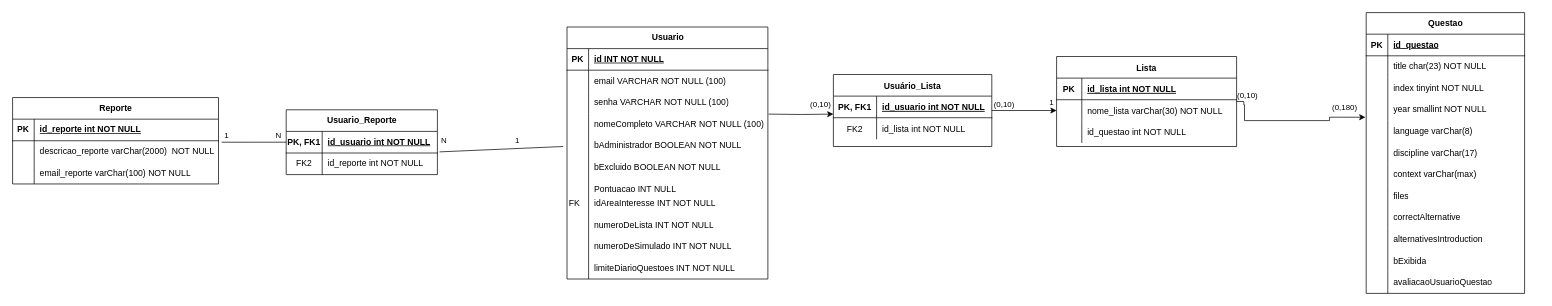
This is DIAGRAMA ER.drawio from augustorazani/QENEM-UML-Diagram, a draw.io file, before an edit. Source tidied: cells renumbered, new cells numbered last; positions are measured from the earlier drawing's top-left corner, leaving out a move shared by most shapes. Both pictures are drawn from the tidied source at 72%, with x=0, y=0 at pixel (12, 12).
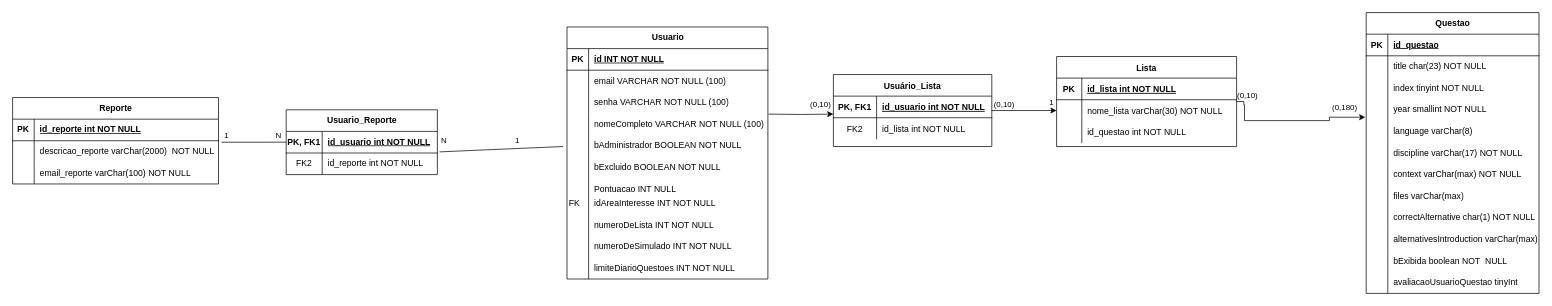
The same diagram, later.

What changed in the source:
```diff
@@
     <mxCell id="50" value="Questao" style="shape=table;startSize=30;childLayout=tableLayout;rowLines=0;fontStyle=1;align=center;html=1;" parent="1" vertex="1">
-      <mxGeometry x="1880" width="220" height="390" as="geometry" />
+      <mxGeometry x="1880" width="240" height="390" as="geometry" />
     </mxCell>
     <mxCell id="51" style="shape=tableRow;horizontal=0;startSize=0;swimlaneHead=0;swimlaneBody=0;fillColor=none;top=0;left=0;right=0;bottom=1;" parent="50" vertex="1">
-      <mxGeometry y="30" width="220" height="30" as="geometry" />
+      <mxGeometry y="30" width="240" height="30" as="geometry" />
     </mxCell>
@@
     <mxCell id="53" value="id_questao" style="shape=partialRectangle;fillColor=none;top=0;left=0;bottom=0;right=0;align=left;spacingLeft=6;fontStyle=5;overflow=hidden;whiteSpace=wrap;html=1;" parent="51" vertex="1">
-      <mxGeometry x="30" width="190" height="30" as="geometry" />
+      <mxGeometry x="30" width="210" height="30" as="geometry" />
     </mxCell>
     <mxCell id="54" style="shape=tableRow;horizontal=0;startSize=0;swimlaneHead=0;swimlaneBody=0;fillColor=none;top=0;left=0;right=0;bottom=0;" parent="50" vertex="1">
-      <mxGeometry y="60" width="220" height="30" as="geometry" />
+      <mxGeometry y="60" width="240" height="30" as="geometry" />
     </mxCell>
@@
     <mxCell id="56" value="title char(23) NOT NULL" style="shape=partialRectangle;fillColor=none;top=0;left=0;bottom=0;right=0;align=left;spacingLeft=6;overflow=hidden;whiteSpace=wrap;html=1;" parent="54" vertex="1">
-      <mxGeometry x="30" width="190" height="30" as="geometry" />
+      <mxGeometry x="30" width="210" height="30" as="geometry" />
     </mxCell>
     <mxCell id="57" style="shape=tableRow;horizontal=0;startSize=0;swimlaneHead=0;swimlaneBody=0;fillColor=none;top=0;left=0;right=0;bottom=0;" parent="50" vertex="1">
-      <mxGeometry y="90" width="220" height="30" as="geometry" />
+      <mxGeometry y="90" width="240" height="30" as="geometry" />
     </mxCell>
@@
     <mxCell id="59" value="index tinyint NOT NULL" style="shape=partialRectangle;fillColor=none;top=0;left=0;bottom=0;right=0;align=left;spacingLeft=6;overflow=hidden;whiteSpace=wrap;html=1;" parent="57" vertex="1">
-      <mxGeometry x="30" width="190" height="30" as="geometry" />
+      <mxGeometry x="30" width="210" height="30" as="geometry" />
     </mxCell>
     <mxCell id="60" style="shape=tableRow;horizontal=0;startSize=0;swimlaneHead=0;swimlaneBody=0;fillColor=none;points=[[0,0.5],[1,0.5]];portConstraint=eastwest;top=0;left=0;right=0;bottom=0;" parent="50" vertex="1">
-      <mxGeometry y="120" width="220" height="30" as="geometry" />
+      <mxGeometry y="120" width="240" height="30" as="geometry" />
     </mxCell>
@@
     <mxCell id="62" value="year smallint NOT NULL" style="shape=partialRectangle;fillColor=none;top=0;left=0;bottom=0;right=0;align=left;spacingLeft=6;overflow=hidden;whiteSpace=wrap;html=1;" parent="60" vertex="1">
-      <mxGeometry x="30" width="190" height="30" as="geometry" />
+      <mxGeometry x="30" width="210" height="30" as="geometry" />
     </mxCell>
     <mxCell id="63" style="shape=tableRow;horizontal=0;startSize=0;swimlaneHead=0;swimlaneBody=0;fillColor=none;top=0;left=0;right=0;bottom=0;" parent="50" vertex="1">
-      <mxGeometry y="150" width="220" height="30" as="geometry" />
+      <mxGeometry y="150" width="240" height="30" as="geometry" />
     </mxCell>
@@
     <mxCell id="65" value="language varC&lt;span style=&quot;background-color: transparent; color: light-dark(rgb(0, 0, 0), rgb(255, 255, 255));&quot;&gt;har(8)&lt;/span&gt;" style="shape=partialRectangle;fillColor=none;top=0;left=0;bottom=0;right=0;align=left;spacingLeft=6;overflow=hidden;whiteSpace=wrap;html=1;" parent="63" vertex="1">
-      <mxGeometry x="30" width="190" height="30" as="geometry" />
+      <mxGeometry x="30" width="210" height="30" as="geometry" />
     </mxCell>
     <mxCell id="66" style="shape=tableRow;horizontal=0;startSize=0;swimlaneHead=0;swimlaneBody=0;fillColor=none;top=0;left=0;right=0;bottom=0;" parent="50" vertex="1">
-      <mxGeometry y="180" width="220" height="30" as="geometry" />
+      <mxGeometry y="180" width="240" height="30" as="geometry" />
     </mxCell>
@@
-    <mxCell id="68" value="discipline varChar(17)" style="shape=partialRectangle;fillColor=none;top=0;left=0;bottom=0;right=0;align=left;spacingLeft=6;overflow=hidden;whiteSpace=wrap;html=1;" parent="66" vertex="1">
-      <mxGeometry x="30" width="190" height="30" as="geometry" />
+    <mxCell id="68" value="discipline varChar(17) NOT NULL" style="shape=partialRectangle;fillColor=none;top=0;left=0;bottom=0;right=0;align=left;spacingLeft=6;overflow=hidden;whiteSpace=wrap;html=1;" parent="66" vertex="1">
+      <mxGeometry x="30" width="210" height="30" as="geometry" />
     </mxCell>
     <mxCell id="69" style="shape=tableRow;horizontal=0;startSize=0;swimlaneHead=0;swimlaneBody=0;fillColor=none;top=0;left=0;right=0;bottom=0;" parent="50" vertex="1">
-      <mxGeometry y="210" width="220" height="30" as="geometry" />
+      <mxGeometry y="210" width="240" height="30" as="geometry" />
     </mxCell>
@@
-    <mxCell id="71" value="context varChar(max)" style="shape=partialRectangle;fillColor=none;top=0;left=0;bottom=0;right=0;align=left;spacingLeft=6;overflow=hidden;whiteSpace=wrap;html=1;" parent="69" vertex="1">
-      <mxGeometry x="30" width="190" height="30" as="geometry" />
+    <mxCell id="71" value="context varChar(max) NOT NULL" style="shape=partialRectangle;fillColor=none;top=0;left=0;bottom=0;right=0;align=left;spacingLeft=6;overflow=hidden;whiteSpace=wrap;html=1;" parent="69" vertex="1">
+      <mxGeometry x="30" width="210" height="30" as="geometry" />
     </mxCell>
     <mxCell id="72" style="shape=tableRow;horizontal=0;startSize=0;swimlaneHead=0;swimlaneBody=0;fillColor=none;top=0;left=0;right=0;bottom=0;" parent="50" vertex="1">
-      <mxGeometry y="240" width="220" height="30" as="geometry" />
+      <mxGeometry y="240" width="240" height="30" as="geometry" />
     </mxCell>
@@
-    <mxCell id="74" value="files" style="shape=partialRectangle;fillColor=none;top=0;left=0;bottom=0;right=0;align=left;spacingLeft=6;overflow=hidden;whiteSpace=wrap;html=1;" parent="72" vertex="1">
-      <mxGeometry x="30" width="190" height="30" as="geometry" />
+    <mxCell id="74" value="files varChar(max)" style="shape=partialRectangle;fillColor=none;top=0;left=0;bottom=0;right=0;align=left;spacingLeft=6;overflow=hidden;whiteSpace=wrap;html=1;" parent="72" vertex="1">
+      <mxGeometry x="30" width="210" height="30" as="geometry" />
     </mxCell>
     <mxCell id="75" style="shape=tableRow;horizontal=0;startSize=0;swimlaneHead=0;swimlaneBody=0;fillColor=none;top=0;left=0;right=0;bottom=0;" parent="50" vertex="1">
-      <mxGeometry y="270" width="220" height="30" as="geometry" />
+      <mxGeometry y="270" width="240" height="30" as="geometry" />
     </mxCell>
@@
-    <mxCell id="77" value="correctAlternative" style="shape=partialRectangle;fillColor=none;top=0;left=0;bottom=0;right=0;align=left;spacingLeft=6;overflow=hidden;whiteSpace=wrap;html=1;" parent="75" vertex="1">
-      <mxGeometry x="30" width="190" height="30" as="geometry" />
+    <mxCell id="77" value="correctAlternative char(1) NOT NULL" style="shape=partialRectangle;fillColor=none;top=0;left=0;bottom=0;right=0;align=left;spacingLeft=6;overflow=hidden;whiteSpace=wrap;html=1;" parent="75" vertex="1">
+      <mxGeometry x="30" width="210" height="30" as="geometry" />
     </mxCell>
     <mxCell id="78" style="shape=tableRow;horizontal=0;startSize=0;swimlaneHead=0;swimlaneBody=0;fillColor=none;top=0;left=0;right=0;bottom=0;" parent="50" vertex="1">
-      <mxGeometry y="300" width="220" height="30" as="geometry" />
+      <mxGeometry y="300" width="240" height="30" as="geometry" />
     </mxCell>
@@
-    <mxCell id="80" value="alternativesIntroduction" style="shape=partialRectangle;fillColor=none;top=0;left=0;bottom=0;right=0;align=left;spacingLeft=6;overflow=hidden;whiteSpace=wrap;html=1;" parent="78" vertex="1">
-      <mxGeometry x="30" width="190" height="30" as="geometry" />
+    <mxCell id="80" value="alternativesIntroduction varChar(max)" style="shape=partialRectangle;fillColor=none;top=0;left=0;bottom=0;right=0;align=left;spacingLeft=6;overflow=hidden;whiteSpace=wrap;html=1;" parent="78" vertex="1">
+      <mxGeometry x="30" width="210" height="30" as="geometry" />
     </mxCell>
     <mxCell id="81" style="shape=tableRow;horizontal=0;startSize=0;swimlaneHead=0;swimlaneBody=0;fillColor=none;top=0;left=0;right=0;bottom=0;" parent="50" vertex="1">
-      <mxGeometry y="330" width="220" height="30" as="geometry" />
+      <mxGeometry y="330" width="240" height="30" as="geometry" />
     </mxCell>
@@
-    <mxCell id="83" value="bExibida" style="shape=partialRectangle;fillColor=none;top=0;left=0;bottom=0;right=0;align=left;spacingLeft=6;overflow=hidden;whiteSpace=wrap;html=1;" parent="81" vertex="1">
-      <mxGeometry x="30" width="190" height="30" as="geometry" />
+    <mxCell id="83" value="bExibida boolean NOT&amp;nbsp; NULL" style="shape=partialRectangle;fillColor=none;top=0;left=0;bottom=0;right=0;align=left;spacingLeft=6;overflow=hidden;whiteSpace=wrap;html=1;" parent="81" vertex="1">
+      <mxGeometry x="30" width="210" height="30" as="geometry" />
     </mxCell>
     <mxCell id="84" style="shape=tableRow;horizontal=0;startSize=0;swimlaneHead=0;swimlaneBody=0;fillColor=none;top=0;left=0;right=0;bottom=0;" parent="50" vertex="1">
-      <mxGeometry y="360" width="220" height="30" as="geometry" />
+      <mxGeometry y="360" width="240" height="30" as="geometry" />
     </mxCell>
@@
-    <mxCell id="86" value="avaliacaoUsuarioQuestao" style="shape=partialRectangle;fillColor=none;top=0;left=0;bottom=0;right=0;align=left;spacingLeft=6;overflow=hidden;whiteSpace=wrap;html=1;" parent="84" vertex="1">
-      <mxGeometry x="30" width="190" height="30" as="geometry" />
+    <mxCell id="86" value="avaliacaoUsuarioQuestao tinyInt" style="shape=partialRectangle;fillColor=none;top=0;left=0;bottom=0;right=0;align=left;spacingLeft=6;overflow=hidden;whiteSpace=wrap;html=1;" parent="84" vertex="1">
+      <mxGeometry x="30" width="210" height="30" as="geometry" />
     </mxCell>
```
